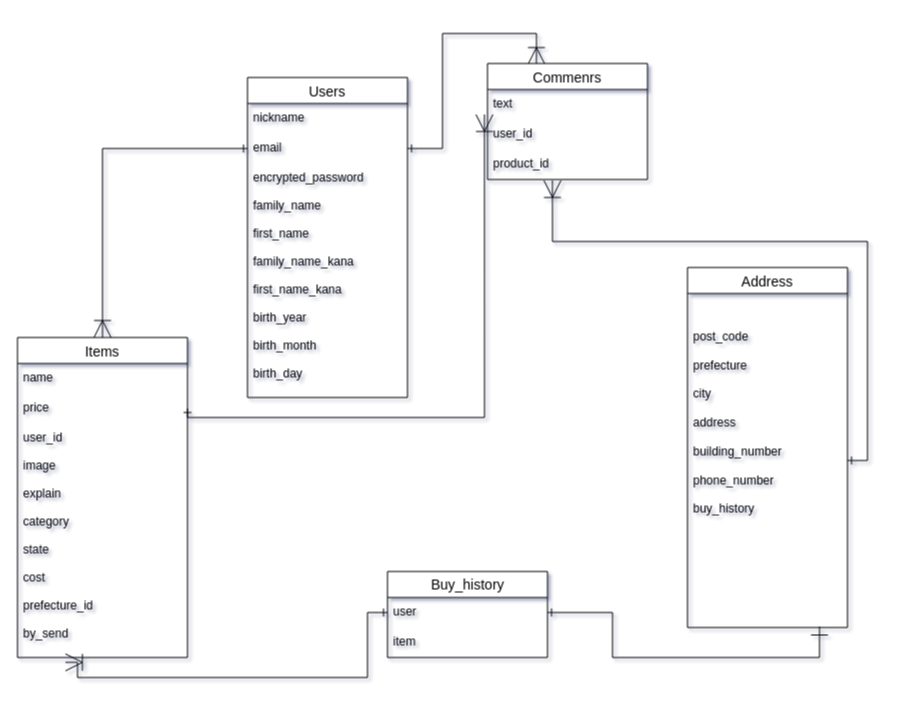
Earlier version of the draw.io diagram test.dio (rikima0519/furima-34473). Source tidied: cells renumbered, new cells numbered last; positions are measured from the earlier drawing's top-left corner, leaving out a move shared by most shapes. Both pictures are drawn from the tidied source at 100%, with x=0, y=0 at pixel (17, 63).
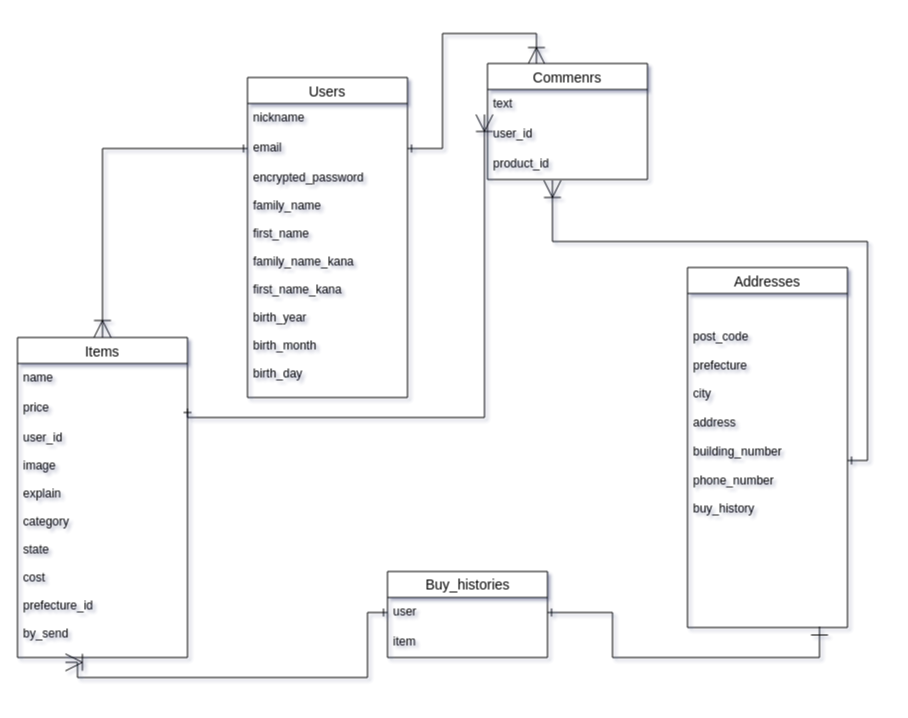
Above is the later version.

Diff of the diagram source:
```diff
@@
-    <mxCell id="17" value="Address" style="swimlane;fontStyle=0;horizontal=1;startSize=26;align=center;fontSize=14;labelBackgroundColor=none;" parent="1" vertex="1">
+    <mxCell id="17" value="Addresses" style="swimlane;fontStyle=0;horizontal=1;startSize=26;align=center;fontSize=14;labelBackgroundColor=none;" parent="1" vertex="1">
       <mxGeometry x="670" y="204" width="160" height="360" as="geometry" />
     </mxCell>
@@
-    <mxCell id="20" value="Buy_history" style="swimlane;fontStyle=0;horizontal=1;startSize=26;align=center;fontSize=14;labelBackgroundColor=none;html=1;" parent="1" vertex="1">
+    <mxCell id="20" value="Buy_histories" style="swimlane;fontStyle=0;horizontal=1;startSize=26;align=center;fontSize=14;labelBackgroundColor=none;html=1;" parent="1" vertex="1">
       <mxGeometry x="370" y="508" width="160" height="86" as="geometry" />
     </mxCell>
```
